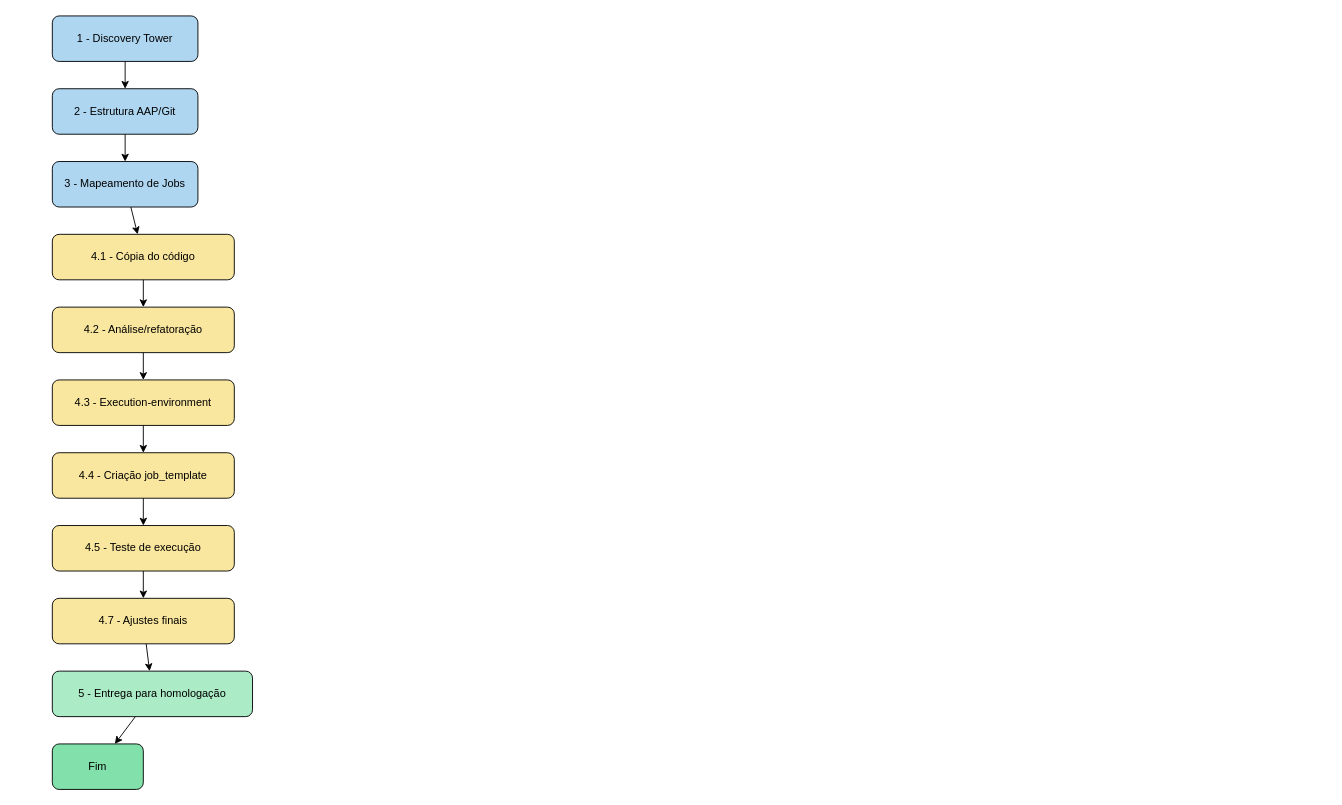
The draw.io diagram fluxograma_migracao.drawio in clecioantao/techdocs, before the edit. Source tidied: cells renumbered, new cells numbered last; positions are measured from the earlier drawing's top-left corner, leaving out a move shared by most shapes. Both pictures are drawn from the tidied source at 91%, with x=0, y=0 at pixel (52, 15).
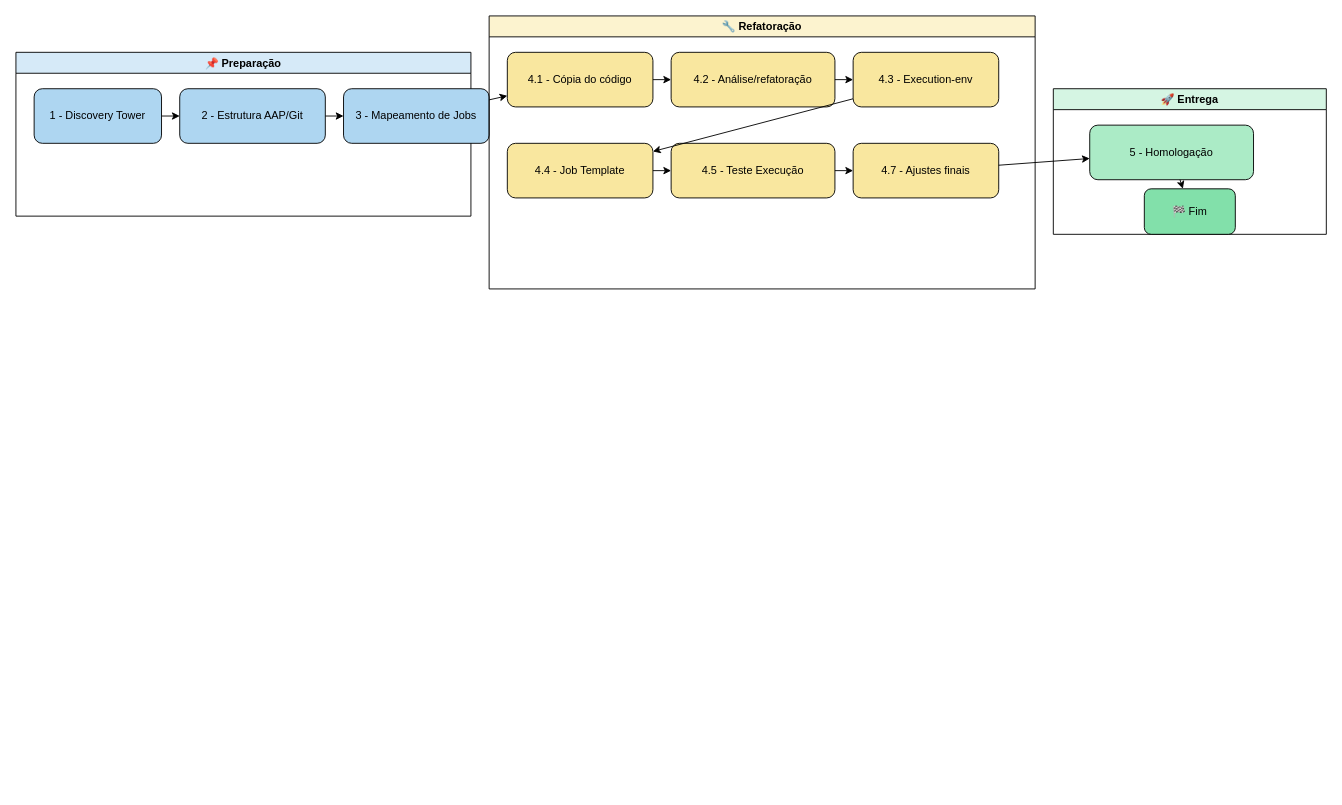
Above is the later version.

Change to the diagram source:
```diff
@@
+    <mxCell id="23" value="📌 Preparação" style="swimlane;fillColor=#D6EAF8;fontStyle=1;" parent="1" vertex="1">
+      <mxGeometry x="-40" y="40" width="500" height="180" as="geometry" />
+    </mxCell>
-    <mxCell id="2" value="1 - Discovery Tower" style="rounded=1;whiteSpace=wrap;html=1;fillColor=#AED6F1;" parent="1" vertex="1">
-      <mxGeometry width="160" height="50" as="geometry" />
+    <mxCell id="2" value="1 - Discovery Tower" style="rounded=1;whiteSpace=wrap;html=1;fillColor=#AED6F1;" parent="23" vertex="1">
+      <mxGeometry x="20" y="40" width="140" height="60" as="geometry" />
     </mxCell>
-    <mxCell id="3" value="2 - Estrutura AAP/Git" style="rounded=1;whiteSpace=wrap;html=1;fillColor=#AED6F1;" parent="1" vertex="1">
-      <mxGeometry y="80" width="160" height="50" as="geometry" />
+    <mxCell id="3" value="2 - Estrutura AAP/Git" style="rounded=1;whiteSpace=wrap;html=1;fillColor=#AED6F1;" parent="23" vertex="1">
+      <mxGeometry x="180" y="40" width="160" height="60" as="geometry" />
     </mxCell>
-    <mxCell id="4" value="3 - Mapeamento de Jobs" style="rounded=1;whiteSpace=wrap;html=1;fillColor=#AED6F1;" parent="1" vertex="1">
-      <mxGeometry y="160" width="160" height="50" as="geometry" />
+    <mxCell id="4" value="3 - Mapeamento de Jobs" style="rounded=1;whiteSpace=wrap;html=1;fillColor=#AED6F1;" parent="23" vertex="1">
+      <mxGeometry x="360" y="40" width="160" height="60" as="geometry" />
     </mxCell>
+    <mxCell id="24" value="🔧 Refatoração" style="swimlane;fillColor=#FCF3CF;fontStyle=1;" parent="1" vertex="1">
+      <mxGeometry x="480" width="600" height="300" as="geometry" />
+    </mxCell>
-    <mxCell id="5" value="4.1 - Cópia do código" style="rounded=1;whiteSpace=wrap;html=1;fillColor=#F9E79F;" parent="1" vertex="1">
-      <mxGeometry y="240" width="200" height="50" as="geometry" />
+    <mxCell id="5" value="4.1 - Cópia do código" style="rounded=1;whiteSpace=wrap;html=1;fillColor=#F9E79F;" parent="24" vertex="1">
+      <mxGeometry x="20" y="40" width="160" height="60" as="geometry" />
     </mxCell>
-    <mxCell id="6" value="4.2 - Análise/refatoração" style="rounded=1;whiteSpace=wrap;html=1;fillColor=#F9E79F;" parent="1" vertex="1">
-      <mxGeometry y="320" width="200" height="50" as="geometry" />
+    <mxCell id="6" value="4.2 - Análise/refatoração" style="rounded=1;whiteSpace=wrap;html=1;fillColor=#F9E79F;" parent="24" vertex="1">
+      <mxGeometry x="200" y="40" width="180" height="60" as="geometry" />
     </mxCell>
-    <mxCell id="7" value="4.3 - Execution-environment" style="rounded=1;whiteSpace=wrap;html=1;fillColor=#F9E79F;" parent="1" vertex="1">
-      <mxGeometry y="400" width="200" height="50" as="geometry" />
+    <mxCell id="7" value="4.3 - Execution-env" style="rounded=1;whiteSpace=wrap;html=1;fillColor=#F9E79F;" parent="24" vertex="1">
+      <mxGeometry x="400" y="40" width="160" height="60" as="geometry" />
     </mxCell>
-    <mxCell id="8" value="4.4 - Criação job_template" style="rounded=1;whiteSpace=wrap;html=1;fillColor=#F9E79F;" parent="1" vertex="1">
-      <mxGeometry y="480" width="200" height="50" as="geometry" />
+    <mxCell id="8" value="4.4 - Job Template" style="rounded=1;whiteSpace=wrap;html=1;fillColor=#F9E79F;" parent="24" vertex="1">
+      <mxGeometry x="20" y="140" width="160" height="60" as="geometry" />
     </mxCell>
-    <mxCell id="9" value="4.5 - Teste de execução" style="rounded=1;whiteSpace=wrap;html=1;fillColor=#F9E79F;" parent="1" vertex="1">
-      <mxGeometry y="560" width="200" height="50" as="geometry" />
+    <mxCell id="9" value="4.5 - Teste Execução" style="rounded=1;whiteSpace=wrap;html=1;fillColor=#F9E79F;" parent="24" vertex="1">
+      <mxGeometry x="200" y="140" width="180" height="60" as="geometry" />
     </mxCell>
-    <mxCell id="10" value="4.7 - Ajustes finais" style="rounded=1;whiteSpace=wrap;html=1;fillColor=#F9E79F;" parent="1" vertex="1">
-      <mxGeometry y="640" width="200" height="50" as="geometry" />
+    <mxCell id="10" value="4.7 - Ajustes finais" style="rounded=1;whiteSpace=wrap;html=1;fillColor=#F9E79F;" parent="24" vertex="1">
+      <mxGeometry x="400" y="140" width="160" height="60" as="geometry" />
     </mxCell>
+    <mxCell id="25" value="🚀 Entrega" style="swimlane;fillColor=#D5F5E3;fontStyle=1;" parent="1" vertex="1">
+      <mxGeometry x="1100" y="80" width="300" height="160" as="geometry" />
+    </mxCell>
-    <mxCell id="11" value="5 - Entrega para homologação" style="rounded=1;whiteSpace=wrap;html=1;fillColor=#ABEBC6;" parent="1" vertex="1">
-      <mxGeometry y="720" width="220" height="50" as="geometry" />
+    <mxCell id="11" value="5 - Homologação" style="rounded=1;whiteSpace=wrap;html=1;fillColor=#ABEBC6;" parent="25" vertex="1">
+      <mxGeometry x="40" y="40" width="180" height="60" as="geometry" />
     </mxCell>
-    <mxCell id="12" value="Fim" style="rounded=1;whiteSpace=wrap;html=1;fillColor=#82E0AA;" parent="1" vertex="1">
-      <mxGeometry y="800" width="100" height="50" as="geometry" />
+    <mxCell id="12" value="🏁 Fim" style="rounded=1;whiteSpace=wrap;html=1;fillColor=#82E0AA;" parent="25" vertex="1">
+      <mxGeometry x="100" y="110" width="100" height="50" as="geometry" />
     </mxCell>
```
